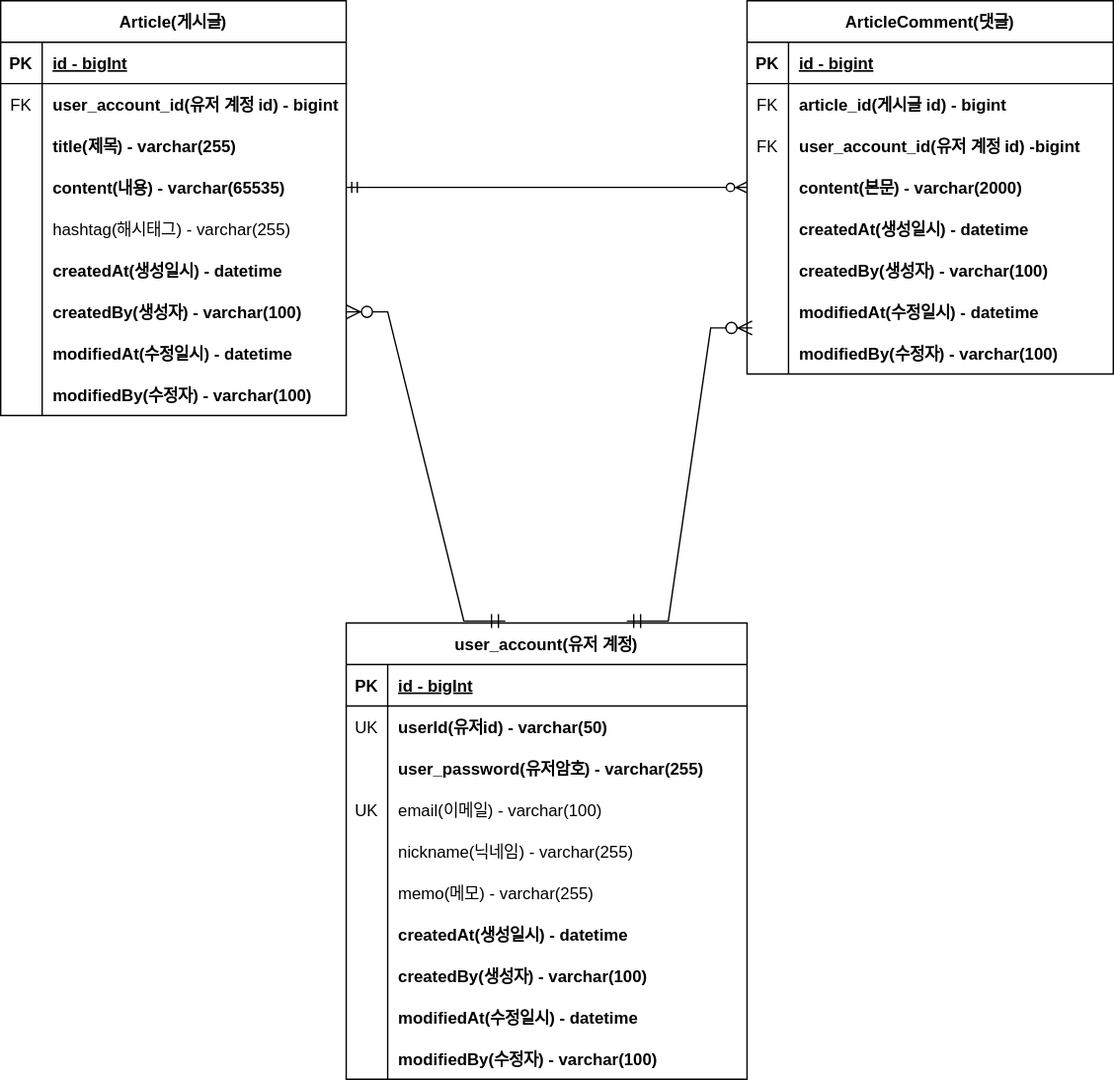
hhongyeahh/project-board keeps this draw.io diagram as document/project-board-erd.svg. Above is the earlier version. Source tidied: cells renumbered, new cells last; positions are measured from the earlier drawing's top-left corner, leaving out a move shared by most shapes.
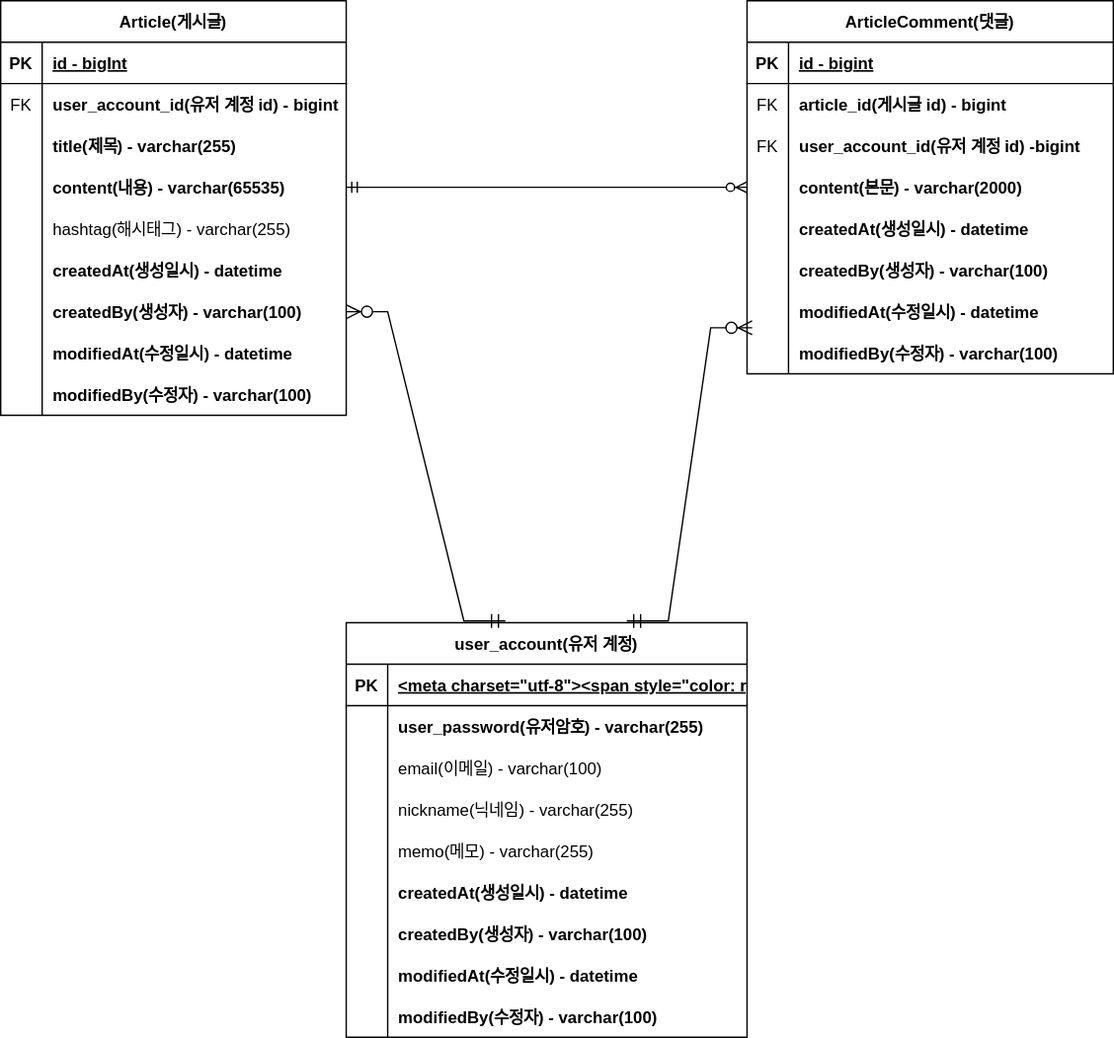
The same file after the commit.

Commit message:
회원 계정의 userId를 PK로 변경

What changed in the source:
```diff
@@ -165,7 +165,7 @@
       <mxGeometry relative="1" as="geometry" />
     </mxCell>
     <mxCell id="56" value="user_account(유저 계정)" style="shape=table;startSize=30;rowLines=0;fontStyle=1;align=center;" parent="1" vertex="1">
-      <mxGeometry x="280" y="450" width="290" height="330" as="geometry" />
+      <mxGeometry x="280" y="450" width="290" height="300" as="geometry" />
     </mxCell>
     <mxCell id="57" style="shape=partialRectangle;fillColor=none;top=0;left=0;right=0;bottom=1;" parent="56" vertex="1">
       <mxGeometry y="30" width="290" height="30" as="geometry" />
@@ -173,20 +173,11 @@
     <mxCell id="58" value="PK" style="shape=partialRectangle;overflow=hidden;fillColor=none;top=0;left=0;bottom=0;right=0;fontStyle=1;" parent="57" vertex="1">
       <mxGeometry width="30" height="30" as="geometry" />
     </mxCell>
-    <mxCell id="59" value="id - bigInt" style="shape=partialRectangle;overflow=hidden;fillColor=none;top=0;left=0;bottom=0;right=0;align=left;spacingLeft=6;fontStyle=5;" parent="57" vertex="1">
+    <mxCell id="59" value="&lt;meta charset=&quot;utf-8&quot;&gt;&lt;span style=&quot;color: rgb(0, 0, 0); font-family: Helvetica; font-size: 12px; font-style: normal; font-variant-ligatures: normal; font-variant-caps: normal; font-weight: 700; letter-spacing: normal; orphans: 2; text-align: left; text-indent: 0px; text-transform: none; widows: 2; word-spacing: 0px; -webkit-text-stroke-width: 0px; white-space: nowrap; background-color: rgb(251, 251, 251); text-decoration-thickness: initial; text-decoration-style: initial; text-decoration-color: initial; display: inline !important; float: none;&quot;&gt;userId(유저id) - varchar(50)&lt;/span&gt;" style="shape=partialRectangle;overflow=hidden;fillColor=none;top=0;left=0;bottom=0;right=0;align=left;spacingLeft=6;fontStyle=5;" parent="57" vertex="1">
       <mxGeometry x="30" width="260" height="30" as="geometry" />
     </mxCell>
-    <mxCell id="60" style="shape=partialRectangle;fillColor=none;top=0;left=0;right=0;bottom=0;" parent="56" vertex="1">
-      <mxGeometry y="60" width="290" height="30" as="geometry" />
-    </mxCell>
-    <mxCell id="61" value="UK" style="shape=partialRectangle;overflow=hidden;fillColor=none;top=0;left=0;bottom=0;right=0;" parent="60" vertex="1">
-      <mxGeometry width="30" height="30" as="geometry" />
-    </mxCell>
-    <mxCell id="62" value="userId(유저id) - varchar(50)" style="shape=partialRectangle;overflow=hidden;fillColor=none;top=0;left=0;bottom=0;right=0;align=left;spacingLeft=6;fontStyle=1;" parent="60" vertex="1">
-      <mxGeometry x="30" width="260" height="30" as="geometry" />
-    </mxCell>
     <mxCell id="63" style="shape=partialRectangle;fillColor=none;top=0;left=0;right=0;bottom=0;" parent="56" vertex="1">
-      <mxGeometry y="90" width="290" height="30" as="geometry" />
+      <mxGeometry y="60" width="290" height="30" as="geometry" />
     </mxCell>
     <mxCell id="64" style="shape=partialRectangle;overflow=hidden;fillColor=none;top=0;left=0;bottom=0;right=0;" parent="63" vertex="1">
       <mxGeometry width="30" height="30" as="geometry" />
@@ -195,16 +186,16 @@
       <mxGeometry x="30" width="260" height="30" as="geometry" />
     </mxCell>
     <mxCell id="66" style="shape=partialRectangle;fillColor=none;top=0;left=0;right=0;bottom=0;" parent="56" vertex="1">
-      <mxGeometry y="120" width="290" height="30" as="geometry" />
+      <mxGeometry y="90" width="290" height="30" as="geometry" />
     </mxCell>
-    <mxCell id="67" value="UK" style="shape=partialRectangle;overflow=hidden;fillColor=none;top=0;left=0;bottom=0;right=0;" parent="66" vertex="1">
+    <mxCell id="67" style="shape=partialRectangle;overflow=hidden;fillColor=none;top=0;left=0;bottom=0;right=0;" parent="66" vertex="1">
       <mxGeometry width="30" height="30" as="geometry" />
     </mxCell>
     <mxCell id="68" value="email(이메일) - varchar(100)" style="shape=partialRectangle;overflow=hidden;fillColor=none;top=0;left=0;bottom=0;right=0;align=left;spacingLeft=6;" parent="66" vertex="1">
       <mxGeometry x="30" width="260" height="30" as="geometry" />
     </mxCell>
     <mxCell id="69" style="shape=partialRectangle;fillColor=none;top=0;left=0;right=0;bottom=0;" parent="56" vertex="1">
-      <mxGeometry y="150" width="290" height="30" as="geometry" />
+      <mxGeometry y="120" width="290" height="30" as="geometry" />
     </mxCell>
     <mxCell id="70" style="shape=partialRectangle;overflow=hidden;fillColor=none;top=0;left=0;bottom=0;right=0;" parent="69" vertex="1">
       <mxGeometry width="30" height="30" as="geometry" />
@@ -213,7 +204,7 @@
       <mxGeometry x="30" width="260" height="30" as="geometry" />
     </mxCell>
     <mxCell id="72" style="shape=partialRectangle;fillColor=none;top=0;left=0;right=0;bottom=0;" parent="56" vertex="1">
-      <mxGeometry y="180" width="290" height="30" as="geometry" />
+      <mxGeometry y="150" width="290" height="30" as="geometry" />
     </mxCell>
     <mxCell id="73" style="shape=partialRectangle;overflow=hidden;fillColor=none;top=0;left=0;bottom=0;right=0;" parent="72" vertex="1">
       <mxGeometry width="30" height="30" as="geometry" />
@@ -222,7 +213,7 @@
       <mxGeometry x="30" width="260" height="30" as="geometry" />
     </mxCell>
     <mxCell id="75" style="shape=partialRectangle;fillColor=none;top=0;left=0;right=0;bottom=0;" parent="56" vertex="1">
-      <mxGeometry y="210" width="290" height="30" as="geometry" />
+      <mxGeometry y="180" width="290" height="30" as="geometry" />
     </mxCell>
     <mxCell id="76" style="shape=partialRectangle;overflow=hidden;fillColor=none;top=0;left=0;bottom=0;right=0;" parent="75" vertex="1">
       <mxGeometry width="30" height="30" as="geometry" />
@@ -231,7 +222,7 @@
       <mxGeometry x="30" width="260" height="30" as="geometry" />
     </mxCell>
     <mxCell id="78" style="shape=partialRectangle;fillColor=none;top=0;left=0;right=0;bottom=0;" parent="56" vertex="1">
-      <mxGeometry y="240" width="290" height="30" as="geometry" />
+      <mxGeometry y="210" width="290" height="30" as="geometry" />
     </mxCell>
     <mxCell id="79" style="shape=partialRectangle;overflow=hidden;fillColor=none;top=0;left=0;bottom=0;right=0;" parent="78" vertex="1">
       <mxGeometry width="30" height="30" as="geometry" />
@@ -240,7 +231,7 @@
       <mxGeometry x="30" width="260" height="30" as="geometry" />
     </mxCell>
     <mxCell id="81" style="shape=partialRectangle;fillColor=none;top=0;left=0;right=0;bottom=0;" parent="56" vertex="1">
-      <mxGeometry y="270" width="290" height="30" as="geometry" />
+      <mxGeometry y="240" width="290" height="30" as="geometry" />
     </mxCell>
     <mxCell id="82" style="shape=partialRectangle;overflow=hidden;fillColor=none;top=0;left=0;bottom=0;right=0;" parent="81" vertex="1">
       <mxGeometry width="30" height="30" as="geometry" />
@@ -249,7 +240,7 @@
       <mxGeometry x="30" width="260" height="30" as="geometry" />
     </mxCell>
     <mxCell id="84" style="shape=partialRectangle;fillColor=none;top=0;left=0;right=0;bottom=0;" parent="56" vertex="1">
-      <mxGeometry y="300" width="290" height="30" as="geometry" />
+      <mxGeometry y="270" width="290" height="30" as="geometry" />
     </mxCell>
     <mxCell id="85" style="shape=partialRectangle;overflow=hidden;fillColor=none;top=0;left=0;bottom=0;right=0;" parent="84" vertex="1">
       <mxGeometry width="30" height="30" as="geometry" />
```
